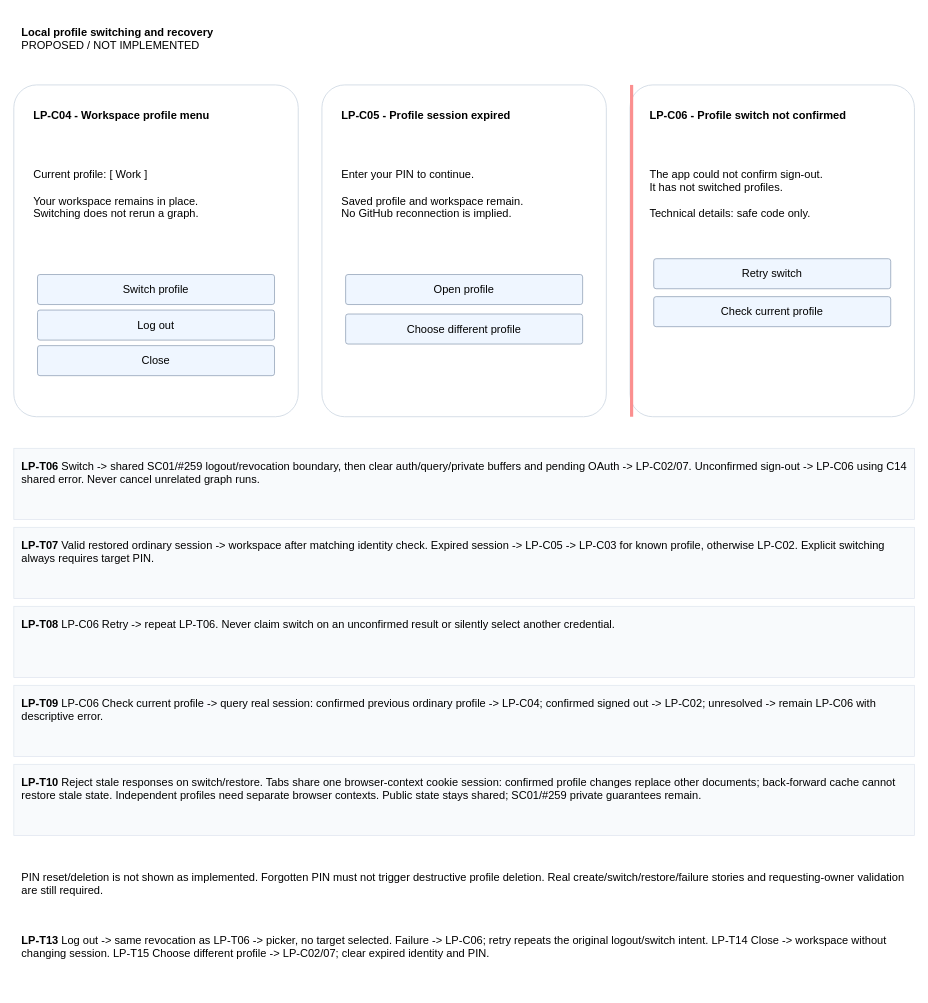
amadou-6e/specs keeps this draw.io diagram as page "Switching and session recovery" (2 of 2) of projects/laomedo/subsystems/agent-execution/design/local-profiles.drawio. Above is the earlier version. Source tidied: cells renumbered, new cells numbered last; positions are measured from the earlier drawing's top-left corner, leaving out a move shared by most shapes. Both pictures are drawn from the tidied source at 79%, with x=0, y=0 at pixel (13, 13).
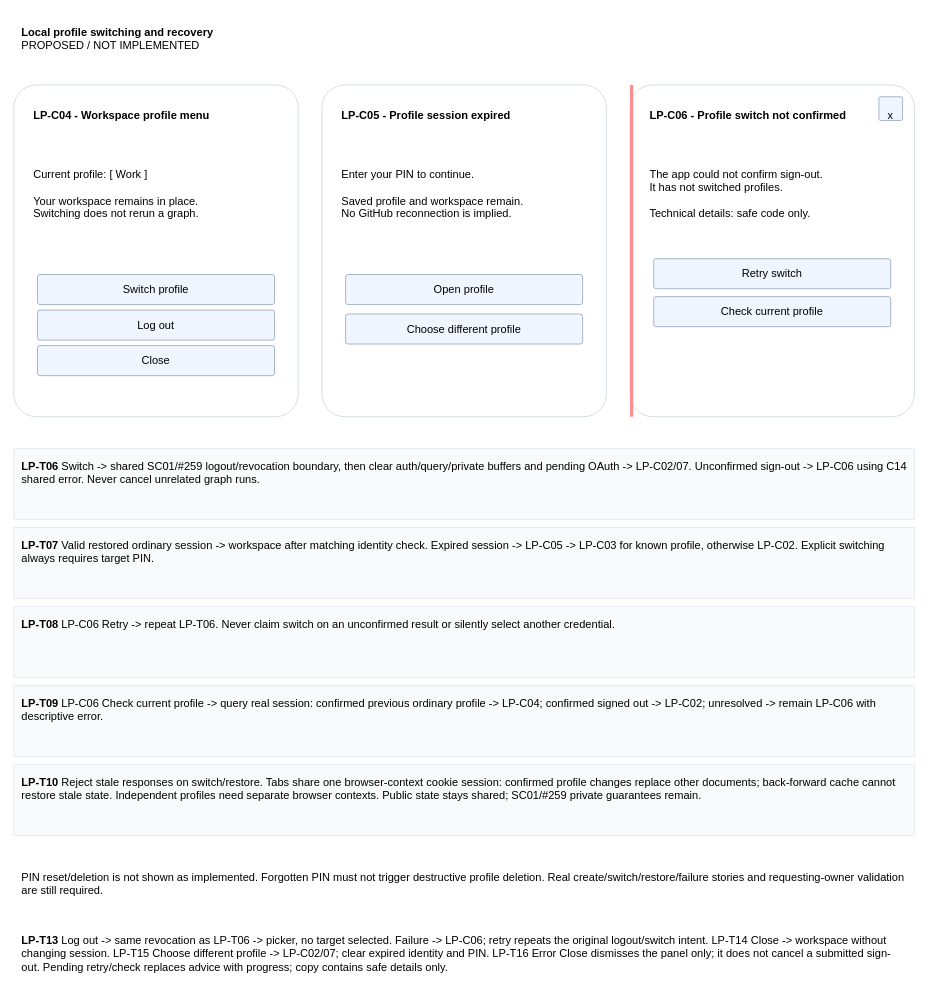
The same page after the edit.

Commit message (it also covers changes not shown here):
Specify profile entry availability and dismiss controls

Change to the diagram source:
```diff
@@
     <mxCell id="8" value="&lt;b&gt;LP-C06 - Profile switch not confirmed&lt;/b&gt;" style="whiteSpace=wrap;html=1;fontFamily=Arial;fontSize=14;align=left;verticalAlign=top;spacing=10;fillColor=none;strokeColor=none;" parent="1" vertex="1">
-      <mxGeometry x="795" y="105" width="330" height="65" as="geometry" />
+      <mxGeometry x="795" y="105" width="275" height="65" as="geometry" />
     </mxCell>
@@
-    <mxCell id="26" value="&lt;b&gt;LP-T13&lt;/b&gt; Log out -&gt; same revocation as LP-T06 -&gt; picker, no target selected. Failure -&gt; LP-C06; retry repeats the original logout/switch intent. LP-T14 Close -&gt; workspace without changing session. LP-T15 Choose different profile -&gt; LP-C02/07; clear expired identity and PIN." style="whiteSpace=wrap;html=1;fontFamily=Arial;fontSize=14;align=left;verticalAlign=top;spacing=10;fillColor=none;strokeColor=none;" parent="1" vertex="1">
+    <mxCell id="26" value="&lt;b&gt;LP-T13&lt;/b&gt; Log out -&gt; same revocation as LP-T06 -&gt; picker, no target selected. Failure -&gt; LP-C06; retry repeats the original logout/switch intent. LP-T14 Close -&gt; workspace without changing session. LP-T15 Choose different profile -&gt; LP-C02/07; clear expired identity and PIN. LP-T16 Error Close dismisses the panel only; it does not cancel a submitted sign-out. Pending retry/check replaces advice with progress; copy contains safe details only." style="whiteSpace=wrap;html=1;fontFamily=Arial;fontSize=14;align=left;verticalAlign=top;spacing=10;fillColor=none;strokeColor=none;" parent="1" vertex="1">
       <mxGeometry y="1150" width="1140" height="85" as="geometry" />
     </mxCell>
+    <mxCell id="27" value="x" style="whiteSpace=wrap;html=1;fontFamily=Arial;fontSize=14;align=left;verticalAlign=top;spacing=10;rounded=1;arcSize=8;align=center;fillColor=#EFF6FF;strokeColor=#94A3B8;" parent="1" vertex="1">
+      <mxGeometry x="1095" y="105" width="30" height="30" as="geometry" />
+    </mxCell>
```
